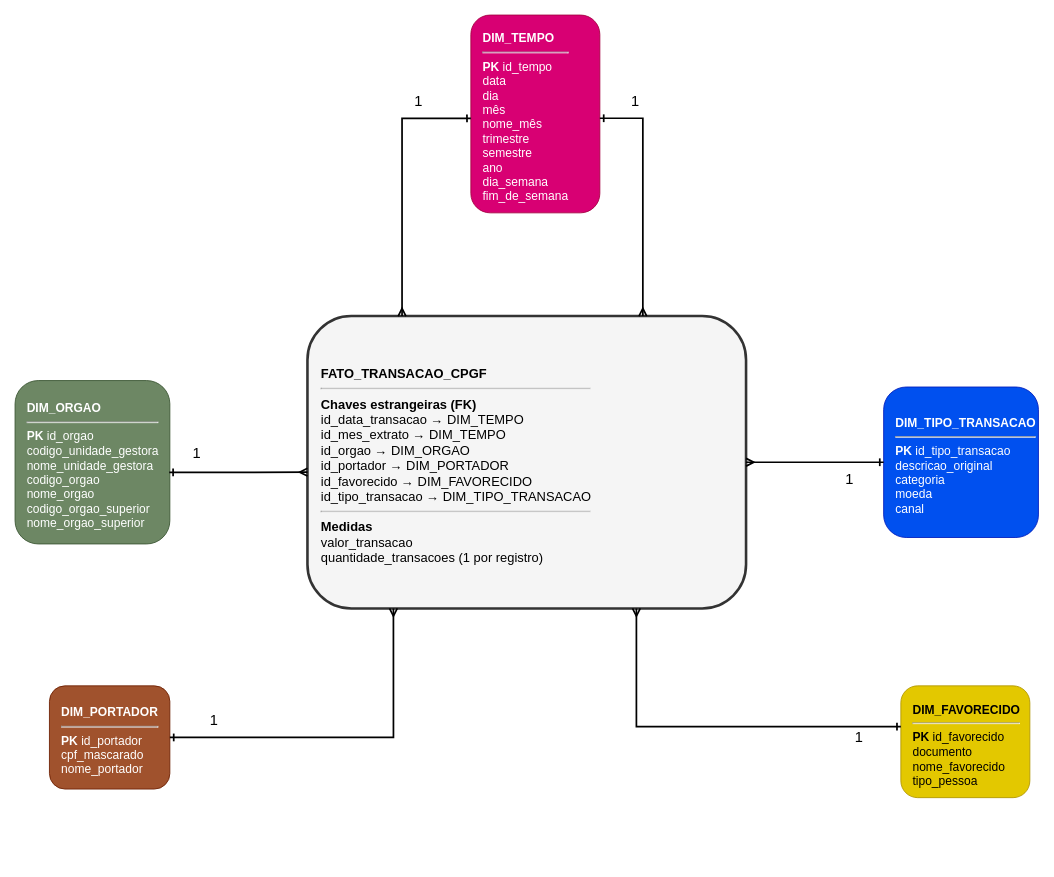
The draw.io diagram docs/diagrams/diagrama-estrela.drawio in fagpaf/projeto-integracao-dw, before the edit. Source tidied: cells renumbered, new cells numbered last; positions are measured from the earlier drawing's top-left corner, leaving out a move shared by most shapes. Both pictures are drawn from the tidied source at 86%, with x=0, y=0 at pixel (15, 15).
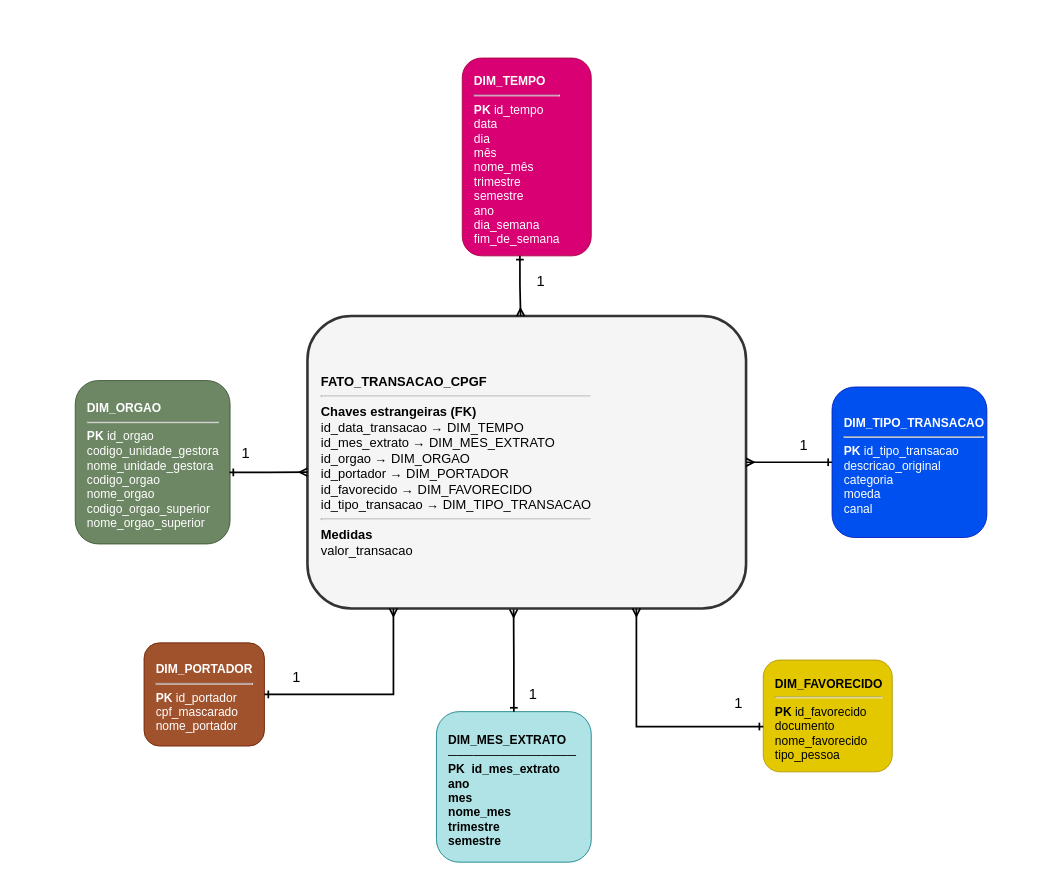
The same diagram, later.

Commit message (it also covers changes not shown here):
refactor: atualizando os diagramas

The change refers to these unchanged cells:
```xml
<mxCell id="10" style="edgeStyle=orthogonalEdgeStyle;rounded=0;jettySize=auto;html=1;endArrow=ERmany;endFill=0;strokeWidth=2;fontSize=17;labelBackgroundColor=light-dark(#FFFFFF,#000000);startArrow=ERone;startFill=0;entryX=0.75;entryY=1;entryDx=0;entryDy=0;" parent="1" edge="1" source="5" target="7">
  <mxGeometry x="0.39" relative="1" as="geometry">
    <Array as="points">
      <mxPoint x="722.5" y="827.3" />
    </Array>
  </mxGeometry>
</mxCell>
<mxCell id="16" style="edgeStyle=orthogonalEdgeStyle;rounded=0;jettySize=auto;html=1;endArrow=ERmany;endFill=0;strokeWidth=2;fontSize=17;labelBackgroundColor=light-dark(#FFFFFF,#000000);startArrow=ERone;startFill=0;exitX=0;exitY=0.5;exitDx=0;exitDy=0;" parent="1" edge="1" source="6">
  <mxGeometry x="0.32" relative="1" as="geometry">
    <mxPoint x="850" y="520" as="targetPoint" />
  </mxGeometry>
</mxCell>
```

The edit, as a diff of the source:
```diff
@@
     <mxCell id="2" value="&lt;b&gt;DIM_TEMPO&lt;/b&gt;&lt;hr&gt;&lt;b&gt;PK&lt;/b&gt; id_tempo&lt;br&gt;data&lt;br&gt;dia&lt;br&gt;mês&lt;br&gt;nome_mês&lt;br&gt;trimestre&lt;br&gt;semestre&lt;br&gt;ano&lt;br&gt;dia_semana&lt;br&gt;fim_de_semana" style="rounded=1;whiteSpace=wrap;html=1;fillColor=#d80073;strokeColor=#A50040;fontSize=14;align=left;spacingLeft=12;spacingTop=8;fontColor=#ffffff;" parent="1" vertex="1">
-      <mxGeometry x="530" width="150" height="230" as="geometry" />
+      <mxGeometry x="520" y="50" width="150" height="230" as="geometry" />
     </mxCell>
     <mxCell id="3" value="&lt;b&gt;DIM_ORGAO&lt;/b&gt;&lt;hr&gt;&lt;b&gt;PK&lt;/b&gt; id_orgao&lt;br&gt;codigo_unidade_gestora&lt;br&gt;nome_unidade_gestora&lt;br&gt;codigo_orgao&lt;br&gt;nome_orgao&lt;br&gt;codigo_orgao_superior&lt;br&gt;nome_orgao_superior" style="rounded=1;whiteSpace=wrap;html=1;fillColor=#6d8764;strokeColor=#3A5431;fontSize=14;align=left;spacingLeft=12;spacingTop=8;fontColor=#ffffff;" parent="1" vertex="1">
-      <mxGeometry y="425" width="180" height="190" as="geometry" />
+      <mxGeometry x="70" y="425" width="180" height="190" as="geometry" />
     </mxCell>
     <mxCell id="4" value="&lt;b&gt;DIM_PORTADOR&lt;/b&gt;&lt;hr&gt;&lt;b&gt;PK&lt;/b&gt; id_portador&lt;br&gt;cpf_mascarado&lt;br&gt;nome_portador" style="rounded=1;whiteSpace=wrap;html=1;fillColor=#a0522d;strokeColor=#6D1F00;fontSize=14;align=left;spacingLeft=12;spacingTop=8;fontColor=#ffffff;" parent="1" vertex="1">
-      <mxGeometry x="40" y="780" width="140" height="120" as="geometry" />
+      <mxGeometry x="150" y="730" width="140" height="120" as="geometry" />
     </mxCell>
     <mxCell id="5" value="&lt;b&gt;DIM_FAVORECIDO&lt;/b&gt;&lt;hr&gt;&lt;b&gt;PK&lt;/b&gt; id_favorecido&lt;br&gt;documento&lt;br&gt;nome_favorecido&lt;br&gt;tipo_pessoa" style="rounded=1;whiteSpace=wrap;html=1;fillColor=#e3c800;strokeColor=#B09500;fontSize=14;align=left;spacingLeft=12;spacingTop=8;fontColor=#000000;" parent="1" vertex="1">
-      <mxGeometry x="1030" y="780" width="150" height="130" as="geometry" />
+      <mxGeometry x="870" y="750" width="150" height="130" as="geometry" />
     </mxCell>
     <mxCell id="6" value="&lt;b&gt;DIM_TIPO_TRANSACAO&lt;/b&gt;&lt;hr&gt;&lt;b&gt;PK&lt;/b&gt; id_tipo_transacao&lt;br&gt;descricao_original&lt;br&gt;categoria&lt;br&gt;moeda&lt;br&gt;canal" style="rounded=1;whiteSpace=wrap;html=1;fillColor=#0050ef;strokeColor=#001DBC;fontSize=14;align=left;spacingLeft=12;spacingTop=8;fontColor=#ffffff;" parent="1" vertex="1">
-      <mxGeometry x="1010" y="432.5" width="180" height="175" as="geometry" />
+      <mxGeometry x="950" y="432.5" width="180" height="175" as="geometry" />
     </mxCell>
-    <mxCell id="7" value="&lt;b&gt;FATO_TRANSACAO_CPGF&lt;/b&gt;&lt;hr&gt;&lt;b&gt;Chaves estrangeiras (FK)&lt;/b&gt;&lt;br&gt;id_data_transacao → DIM_TEMPO&lt;br&gt;id_mes_extrato → DIM_TEMPO&lt;br&gt;id_orgao → DIM_ORGAO&lt;br&gt;id_portador → DIM_PORTADOR&lt;br&gt;id_favorecido → DIM_FAVORECIDO&lt;br&gt;id_tipo_transacao → DIM_TIPO_TRANSACAO&lt;hr&gt;&lt;b&gt;Medidas&lt;/b&gt;&lt;br&gt;valor_transacao&lt;br&gt;quantidade_transacoes (1 por registro)" style="rounded=1;whiteSpace=wrap;html=1;fillColor=#f5f5f5;strokeColor=#333333;strokeWidth=3;fontSize=15;align=left;spacingLeft=14;spacingTop=8;" parent="1" vertex="1">
+    <mxCell id="7" value="&lt;b&gt;FATO_TRANSACAO_CPGF&lt;/b&gt;&lt;hr&gt;&lt;b&gt;Chaves estrangeiras (FK)&lt;/b&gt;&lt;br&gt;id_data_transacao → DIM_TEMPO&lt;br&gt;id_mes_extrato → DIM_MES_EXTRATO&lt;br&gt;id_orgao → DIM_ORGAO&lt;br&gt;id_portador → DIM_PORTADOR&lt;br&gt;id_favorecido → DIM_FAVORECIDO&lt;br&gt;id_tipo_transacao → DIM_TIPO_TRANSACAO&lt;hr&gt;&lt;b&gt;Medidas&lt;/b&gt;&lt;br&gt;valor_transacao" style="rounded=1;whiteSpace=wrap;html=1;fillColor=#f5f5f5;strokeColor=#333333;strokeWidth=3;fontSize=15;align=left;spacingLeft=14;spacingTop=8;" parent="1" vertex="1">
       <mxGeometry x="340" y="350" width="510" height="340" as="geometry" />
     </mxCell>
-    <mxCell id="8" style="edgeStyle=orthogonalEdgeStyle;rounded=0;orthogonalLoop=1;jettySize=auto;html=1;endArrow=ERmany;endFill=0;strokeWidth=2;fontSize=17;labelBackgroundColor=light-dark(#FFFFFF,#000000);startArrow=ERone;startFill=0;exitX=1;exitY=0.5;exitDx=0;exitDy=0;" parent="1" edge="1">
-      <mxGeometry x="-0.01" relative="1" as="geometry">
-        <mxPoint x="680" y="120" as="sourcePoint" />
-        <mxPoint x="730" y="350" as="targetPoint" />
-        <Array as="points">
-          <mxPoint x="730" y="120" />
-        </Array>
-      </mxGeometry>
-    </mxCell>
-    <mxCell id="9" value="1" style="edgeLabel;html=1;align=center;verticalAlign=middle;inheritText=1;fontSize=17;labelBackgroundColor=light-dark(#FFFFFF,#000000);" parent="8" vertex="1">
-      <mxGeometry x="-0.78" y="2" relative="1" as="geometry">
-        <mxPoint x="9" y="-18" as="offset" />
-      </mxGeometry>
-    </mxCell>
@@
     <mxCell id="11" value="1" style="edgeLabel;html=1;align=center;verticalAlign=middle;inheritText=1;fontSize=17;labelBackgroundColor=light-dark(#FFFFFF,#000000);" parent="10" vertex="1">
       <mxGeometry x="-0.67" y="2" relative="1" as="geometry">
-        <mxPoint x="23" y="11" as="offset" />
+        <mxPoint x="17" y="-29" as="offset" />
       </mxGeometry>
     </mxCell>
@@
     <mxCell id="17" value="1" style="edgeLabel;html=1;align=center;verticalAlign=middle;inheritText=1;fontSize=17;labelBackgroundColor=light-dark(#FFFFFF,#000000);" parent="16" vertex="1">
       <mxGeometry x="-0.78" y="2" relative="1" as="geometry">
-        <mxPoint x="-23" y="18" as="offset" />
+        <mxPoint x="-23" y="-22" as="offset" />
       </mxGeometry>
     </mxCell>
-    <mxCell id="18" style="edgeStyle=orthogonalEdgeStyle;rounded=0;jettySize=auto;html=1;endArrow=ERmany;endFill=0;strokeWidth=2;fontSize=17;labelBackgroundColor=light-dark(#FFFFFF,#000000);startArrow=ERone;startFill=0;exitX=0;exitY=0.522;exitDx=0;exitDy=0;exitPerimeter=0;" parent="1" edge="1" source="2">
-      <mxGeometry x="0.08" relative="1" as="geometry">
-        <mxPoint x="450" y="350" as="targetPoint" />
-        <Array as="points">
-          <mxPoint x="526.7" y="120.1" />
-          <mxPoint x="450" y="120" />
-        </Array>
-      </mxGeometry>
+    <mxCell id="18" style="edgeStyle=orthogonalEdgeStyle;rounded=0;jettySize=auto;html=1;endArrow=ERmany;endFill=0;strokeWidth=2;fontSize=17;labelBackgroundColor=light-dark(#FFFFFF,#000000);startArrow=ERone;startFill=0;exitX=0.447;exitY=1;exitDx=0;exitDy=0;exitPerimeter=0;entryX=0.486;entryY=0.001;entryDx=0;entryDy=0;entryPerimeter=0;" parent="1" edge="1" source="2" target="7">
+      <mxGeometry x="0.08" relative="1" as="geometry" />
     </mxCell>
     <mxCell id="19" value="1" style="edgeLabel;html=1;align=center;verticalAlign=middle;inheritText=1;fontSize=17;labelBackgroundColor=light-dark(#FFFFFF,#000000);" parent="18" vertex="1">
-      <mxGeometry x="-0.77" y="2" relative="1" as="geometry">
-        <mxPoint x="-25" y="-22" as="offset" />
+      <mxGeometry x="-0.35" y="2" relative="1" as="geometry">
+        <mxPoint x="21" y="7" as="offset" />
       </mxGeometry>
     </mxCell>
+    <mxCell id="20" value="&lt;div&gt;&lt;b&gt;DIM_MES_EXTRATO&lt;/b&gt;&lt;/div&gt;&lt;div&gt;&lt;b&gt;───────────────&lt;/b&gt;&lt;/div&gt;&lt;div&gt;&lt;b&gt;PK&amp;nbsp; id_mes_extrato&lt;/b&gt;&lt;/div&gt;&lt;div&gt;&lt;b&gt;ano&lt;/b&gt;&lt;/div&gt;&lt;div&gt;&lt;b&gt;mes&lt;/b&gt;&lt;/div&gt;&lt;div&gt;&lt;b&gt;nome_mes&lt;/b&gt;&lt;/div&gt;&lt;div&gt;&lt;b&gt;trimestre&lt;/b&gt;&lt;/div&gt;&lt;div&gt;&lt;b&gt;semestre&lt;/b&gt;&lt;/div&gt;" style="rounded=1;whiteSpace=wrap;html=1;fillColor=#b0e3e6;strokeColor=#0e8088;fontSize=14;align=left;spacingLeft=12;spacingTop=8;" parent="1" vertex="1">
+      <mxGeometry x="490" y="810" width="180" height="175" as="geometry" />
+    </mxCell>
+    <mxCell id="21" style="edgeStyle=orthogonalEdgeStyle;rounded=0;jettySize=auto;html=1;endArrow=ERmany;endFill=0;strokeWidth=2;fontSize=17;labelBackgroundColor=light-dark(#FFFFFF,#000000);startArrow=ERone;startFill=0;entryX=0.47;entryY=1.003;entryDx=0;entryDy=0;exitX=0.5;exitY=0;exitDx=0;exitDy=0;entryPerimeter=0;" parent="1" edge="1" source="20" target="7">
+      <mxGeometry x="0.36" relative="1" as="geometry" />
+    </mxCell>
+    <mxCell id="9" value="1" style="edgeLabel;html=1;align=center;verticalAlign=middle;inheritText=1;fontSize=17;labelBackgroundColor=light-dark(#FFFFFF,#000000);" parent="21" vertex="1">
+      <mxGeometry x="-0.66" y="2" relative="1" as="geometry">
+        <mxPoint x="23" as="offset" />
+      </mxGeometry>
+    </mxCell>
```
